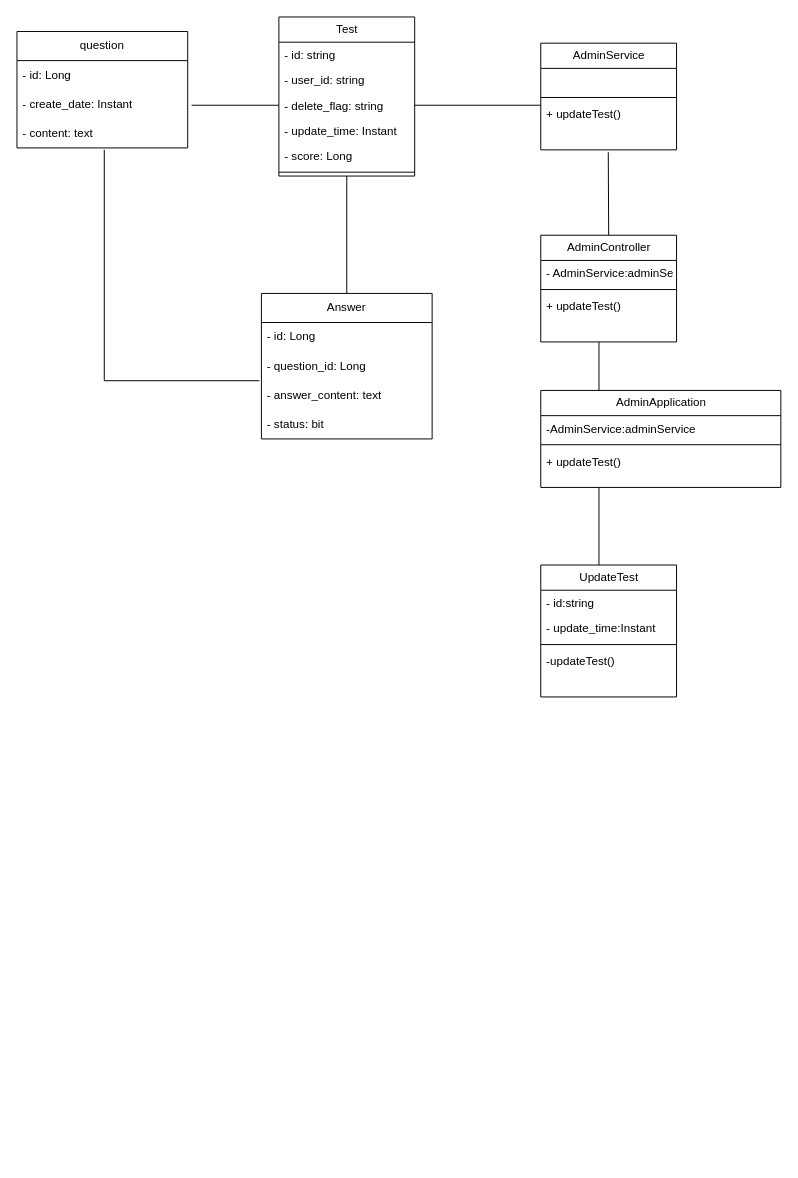
Above: page "Update_test Diagram" (6 of 7) of Doc/Untitled Diagram.drawio in SWD392/SmallQuiz (draw.io), before the change. Source tidied: cells renumbered, new cells numbered last; positions are measured from the earlier drawing's top-left corner, leaving out a move shared by most shapes. Both pictures are drawn from the tidied source at 97%, with x=0, y=0 at pixel (16, 16).
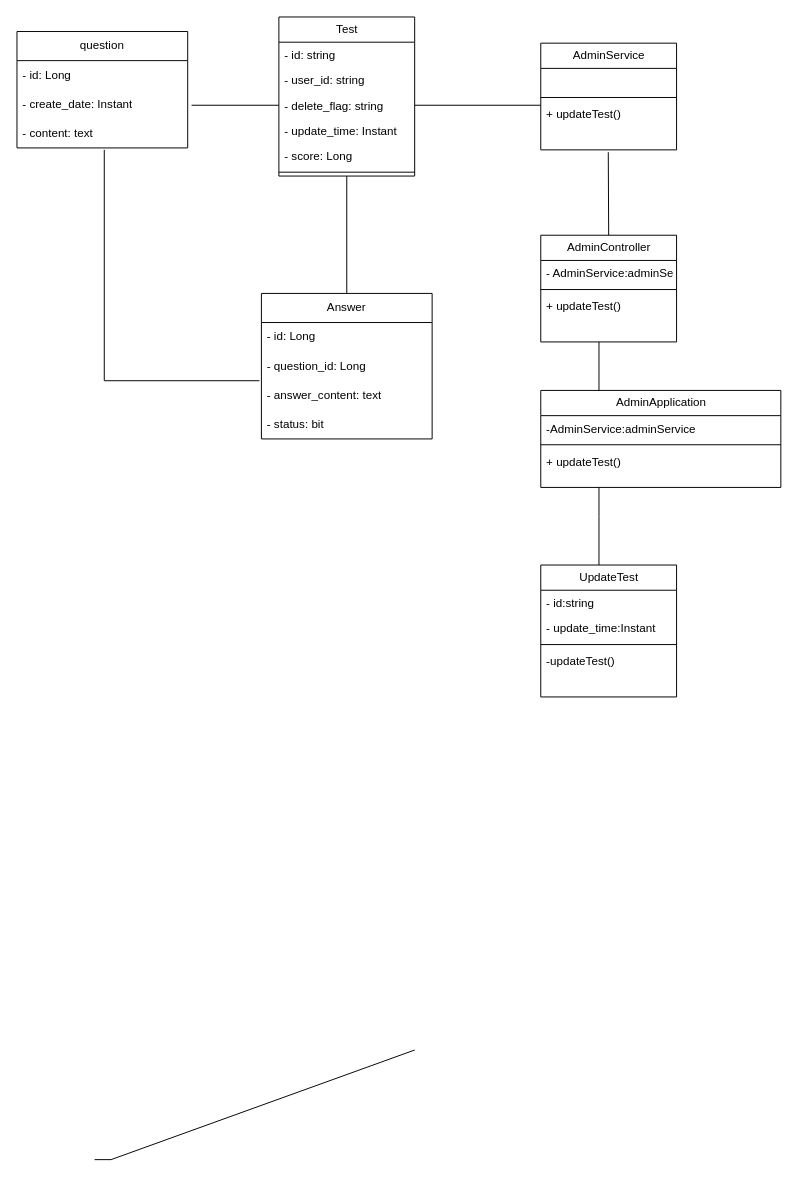
The same page after the edit.

The edit, as a diff of the source:
```diff
@@
+    <mxCell id="43" style="endArrow=none;html=1;rounded=0;entryX=0;entryY=0.5;entryDx=0;entryDy=0;exitX=0.495;exitY=1.047;exitDx=0;exitDy=0;exitPerimeter=0;" parent="1" edge="1">
+      <mxGeometry relative="1" as="geometry">
+        <mxPoint x="80" y="1178" as="sourcePoint" />
+        <mxPoint x="410" y="1065" as="targetPoint" />
+        <Array as="points">
+          <mxPoint x="97" y="1178" />
+        </Array>
+      </mxGeometry>
+    </mxCell>
```
